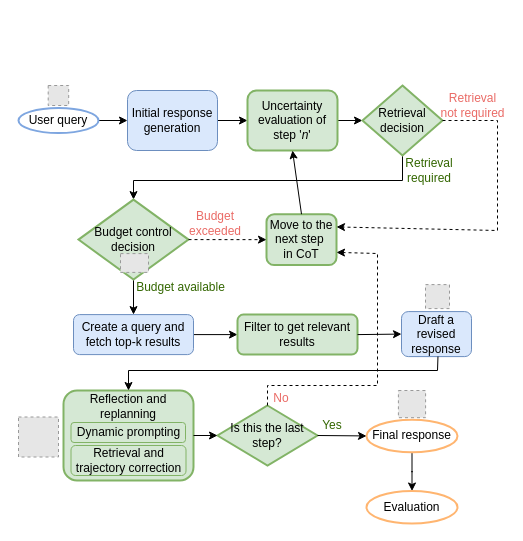
The draw.io diagram assets/iRAT_flowchart.drawio in prane-eth/iRAT, before the edit. Source tidied: cells renumbered, new cells numbered last; positions are measured from the earlier drawing's top-left corner, leaving out a move shared by most shapes. Both pictures are drawn from the tidied source at 100%, with x=0, y=0 at pixel (18, 85). Pictures stored in the file or linked from it are replaced by grey dashed boxes.
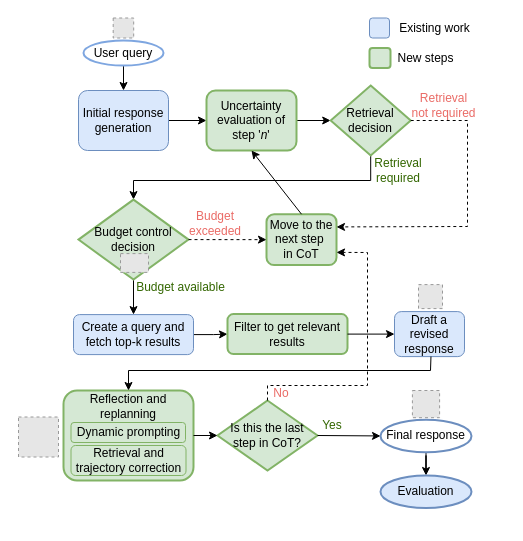
The same page after the edit.

The change refers to these unchanged cells:
```xml
<mxCell id="10" value="Budget control decision" style="rhombus;whiteSpace=wrap;html=1;strokeWidth=2;strokeColor=#82b366;fillColor=#d5e8d4;" parent="1" vertex="1">
  <mxGeometry x="60" y="114.1" width="110" height="80" as="geometry" />
</mxCell>
<mxCell id="11" value="Move to the next step&amp;nbsp;&lt;div&gt;in CoT&lt;/div&gt;" style="rounded=1;whiteSpace=wrap;html=1;fillColor=#d5e8d4;strokeColor=#82b366;strokeWidth=2;" parent="1" vertex="1">
  <mxGeometry x="248" y="128.7" width="70" height="50.9" as="geometry" />
</mxCell>
<mxCell id="25" value="Reflection and replanning&lt;div&gt;&lt;br&gt;&lt;/div&gt;&lt;div&gt;&lt;br&gt;&lt;/div&gt;&lt;div&gt;&lt;br&gt;&lt;/div&gt;&lt;div&gt;&lt;br&gt;&lt;/div&gt;" style="rounded=1;whiteSpace=wrap;html=1;strokeWidth=2;strokeColor=#82b366;fillColor=#d5e8d4;" parent="1" vertex="1">
  <mxGeometry x="45" y="305" width="130" height="90" as="geometry" />
</mxCell>
```

What changed in the source:
```diff
@@
     <mxCell id="3" value="&lt;font style=&quot;font-size: 12px;&quot;&gt;Initial response generation&lt;/font&gt;" style="rounded=1;whiteSpace=wrap;html=1;fillColor=#dae8fc;strokeColor=#6c8ebf;" parent="1" vertex="1">
-      <mxGeometry x="109" y="5" width="90" height="60" as="geometry" />
+      <mxGeometry x="60" y="5" width="90" height="60" as="geometry" />
     </mxCell>
-    <mxCell id="4" style="edgeStyle=orthogonalEdgeStyle;rounded=0;jettySize=auto;html=1;exitX=1;exitY=0.5;exitDx=0;exitDy=0;" parent="1" edge="1" source="19" target="3">
+    <mxCell id="4" style="edgeStyle=orthogonalEdgeStyle;rounded=0;jettySize=auto;html=1;exitX=0.5;exitY=1;exitDx=0;exitDy=0;" parent="1" edge="1" source="19" target="3">
       <mxGeometry relative="1" as="geometry" />
     </mxCell>
@@
     <mxCell id="6" value="Uncertainty evaluation of step '&lt;i&gt;n&lt;/i&gt;'" style="rounded=1;whiteSpace=wrap;html=1;strokeColor=#82b366;strokeWidth=2;fillColor=#d5e8d4;" parent="1" vertex="1">
-      <mxGeometry x="229" y="5" width="90" height="60" as="geometry" />
+      <mxGeometry x="188" y="5" width="90" height="60" as="geometry" />
     </mxCell>
-    <mxCell id="7" style="edgeStyle=orthogonalEdgeStyle;rounded=0;jettySize=auto;html=1;entryX=0.5;entryY=0;entryDx=0;entryDy=0;" parent="1" edge="1" source="8" target="10">
+    <mxCell id="7" style="edgeStyle=orthogonalEdgeStyle;rounded=0;jettySize=auto;html=1;entryX=0.5;entryY=0;entryDx=0;entryDy=0;exitX=0.5;exitY=1;exitDx=0;exitDy=0;" parent="1" edge="1" source="8" target="10">
       <mxGeometry relative="1" as="geometry">
         <Array as="points">
-          <mxPoint x="384" y="95" />
+          <mxPoint x="352" y="95" />
           <mxPoint x="115" y="95" />
         </Array>
       </mxGeometry>
     </mxCell>
     <mxCell id="8" value="Retrieval decision" style="rhombus;whiteSpace=wrap;html=1;strokeWidth=2;strokeColor=#82b366;fillColor=#d5e8d4;" parent="1" vertex="1">
-      <mxGeometry x="344" width="80" height="70" as="geometry" />
+      <mxGeometry x="312.2" width="80" height="70" as="geometry" />
     </mxCell>
@@
     <mxCell id="15" value="Filter to get relevant results" style="whiteSpace=wrap;html=1;strokeWidth=2;strokeColor=#82b366;rounded=1;fillColor=#d5e8d4;" parent="1" vertex="1">
-      <mxGeometry x="219" y="229.1" width="120" height="40" as="geometry" />
+      <mxGeometry x="209" y="228.6" width="120" height="40" as="geometry" />
     </mxCell>
     <mxCell id="16" value="Draft a revised response" style="rounded=1;whiteSpace=wrap;html=1;fillColor=#dae8fc;strokeColor=#6c8ebf;" parent="1" vertex="1">
-      <mxGeometry x="383" y="226.1" width="70" height="45" as="geometry" />
+      <mxGeometry x="376" y="226.1" width="70" height="45" as="geometry" />
     </mxCell>
     <mxCell id="17" style="endArrow=classic;html=1;rounded=0;exitX=1;exitY=0.5;exitDx=0;exitDy=0;dashed=1;entryX=1;entryY=0.25;entryDx=0;entryDy=0;" parent="1" edge="1" source="8" target="11">
       <mxGeometry relative="1" as="geometry">
         <Array as="points">
-          <mxPoint x="479" y="35" />
-          <mxPoint x="479" y="145" />
+          <mxPoint x="449" y="35" />
+          <mxPoint x="449" y="95" />
+          <mxPoint x="449" y="141" />
         </Array>
       </mxGeometry>
     </mxCell>
@@
     <mxCell id="19" value="User query" style="ellipse;whiteSpace=wrap;html=1;strokeWidth=2;strokeColor=#7EA6E0;" parent="1" vertex="1">
-      <mxGeometry y="22.5" width="80" height="25" as="geometry" />
+      <mxGeometry x="65" y="-45" width="80" height="25" as="geometry" />
     </mxCell>
@@
-    <mxCell id="21" value="Final response" style="ellipse;whiteSpace=wrap;html=1;strokeColor=#FFB570;strokeWidth=2;" parent="1" vertex="1">
-      <mxGeometry x="348" y="334.2" width="91" height="32.5" as="geometry" />
+    <mxCell id="21" value="Final response" style="ellipse;whiteSpace=wrap;html=1;strokeColor=#6c8ebf;strokeWidth=2;fillColor=none;" parent="1" vertex="1">
+      <mxGeometry x="362" y="334.2" width="91" height="32.5" as="geometry" />
     </mxCell>
-    <mxCell id="22" value="Is this the last step?" style="rhombus;whiteSpace=wrap;html=1;strokeWidth=2;strokeColor=#82b366;fillColor=#d5e8d4;" parent="1" vertex="1">
-      <mxGeometry x="199" y="320" width="100" height="60" as="geometry" />
+    <mxCell id="22" value="Is this the last step in CoT?" style="rhombus;whiteSpace=wrap;html=1;strokeWidth=2;strokeColor=#82b366;fillColor=#d5e8d4;" parent="1" vertex="1">
+      <mxGeometry x="199" y="315" width="100" height="70" as="geometry" />
     </mxCell>
@@
     <mxCell id="24" value="No" style="text;html=1;align=center;verticalAlign=middle;whiteSpace=wrap;rounded=0;fontColor=#EA6B66;" parent="1" vertex="1">
-      <mxGeometry x="248" y="305" width="30" height="15" as="geometry" />
+      <mxGeometry x="248" y="300" width="30" height="15" as="geometry" />
     </mxCell>
@@
     <mxCell id="26" value="Retrieval required" style="text;html=1;align=center;verticalAlign=middle;whiteSpace=wrap;rounded=0;fontColor=#336600;" parent="1" vertex="1">
-      <mxGeometry x="383" y="70" width="56" height="30" as="geometry" />
+      <mxGeometry x="351.5" y="70" width="56" height="30" as="geometry" />
     </mxCell>
@@
     <mxCell id="28" style="fillColor=#E6E6E6;strokeColor=#999999;dashed=1;verticalLabelPosition=bottom;labelBackgroundColor=default;verticalAlign=top;" parent="1" vertex="1">
-      <mxGeometry x="29.7" width="20.5" height="20" as="geometry" />
+      <mxGeometry x="94.7" y="-67.5" width="20.5" height="20" as="geometry" />
     </mxCell>
     <mxCell id="29" style="fillColor=#E6E6E6;strokeColor=#999999;dashed=1;verticalLabelPosition=bottom;labelBackgroundColor=default;verticalAlign=top;" parent="1" vertex="1">
-      <mxGeometry x="379.9" y="305" width="27.2" height="27.2" as="geometry" />
+      <mxGeometry x="393.9" y="305" width="27.2" height="27.2" as="geometry" />
     </mxCell>
@@
     <mxCell id="31" style="fillColor=#E6E6E6;strokeColor=#999999;dashed=1;verticalLabelPosition=bottom;labelBackgroundColor=default;verticalAlign=top;" parent="1" vertex="1">
-      <mxGeometry x="407" y="199.1" width="24" height="24" as="geometry" />
+      <mxGeometry x="400" y="199.1" width="24" height="24" as="geometry" />
     </mxCell>
@@
     <mxCell id="35" style="endArrow=classic;html=1;rounded=0;exitX=0.521;exitY=0.998;exitDx=0;exitDy=0;entryX=0.5;entryY=0;entryDx=0;entryDy=0;exitPerimeter=0;" parent="1" edge="1" source="16" target="25">
       <mxGeometry relative="1" as="geometry">
         <Array as="points">
-          <mxPoint x="419" y="285" />
+          <mxPoint x="412" y="285" />
           <mxPoint x="110" y="285" />
         </Array>
       </mxGeometry>
     </mxCell>
@@
     <mxCell id="37" value="&lt;span style=&quot;color: rgb(234, 107, 102); text-wrap-mode: nowrap;&quot;&gt;Retrieval&lt;/span&gt;&lt;div&gt;&lt;span style=&quot;color: rgb(234, 107, 102); text-wrap-mode: nowrap;&quot;&gt;not required&lt;/span&gt;&lt;/div&gt;" style="text;html=1;align=center;verticalAlign=middle;whiteSpace=wrap;rounded=0;" parent="1" vertex="1">
-      <mxGeometry x="424" y="5" width="60.8" height="30" as="geometry" />
+      <mxGeometry x="395.2" y="5" width="60.8" height="30" as="geometry" />
     </mxCell>
@@
     <mxCell id="40" style="endArrow=classic;html=1;rounded=0;entryX=1;entryY=0.75;entryDx=0;entryDy=0;exitX=0.5;exitY=0;exitDx=0;exitDy=0;dashed=1;" parent="1" edge="1" source="22" target="11">
       <mxGeometry relative="1" as="geometry">
         <Array as="points">
           <mxPoint x="249" y="300" />
-          <mxPoint x="359" y="300" />
-          <mxPoint x="359" y="168" />
+          <mxPoint x="349" y="300" />
+          <mxPoint x="349" y="235" />
+          <mxPoint x="349" y="167" />
         </Array>
       </mxGeometry>
     </mxCell>
@@
-    <mxCell id="42" value="Evaluation" style="ellipse;whiteSpace=wrap;html=1;strokeColor=#FFB570;strokeWidth=2;" parent="1" vertex="1">
-      <mxGeometry x="348" y="405.5" width="91" height="32.5" as="geometry" />
+    <mxCell id="42" value="Evaluation" style="ellipse;whiteSpace=wrap;html=1;strokeColor=#6c8ebf;strokeWidth=2;fillColor=#dae8fc;" parent="1" vertex="1">
+      <mxGeometry x="362" y="390" width="91" height="32.5" as="geometry" />
     </mxCell>
+    <mxCell id="43" style="rounded=1;whiteSpace=wrap;html=1;fillColor=#dae8fc;strokeColor=#6c8ebf;" parent="1" vertex="1">
+      <mxGeometry x="351" y="-67.5" width="20" height="20" as="geometry" />
+    </mxCell>
+    <mxCell id="44" value="Existing work" style="text;html=1;align=center;verticalAlign=middle;whiteSpace=wrap;rounded=0;" parent="1" vertex="1">
+      <mxGeometry x="377" y="-65" width="79" height="15" as="geometry" />
+    </mxCell>
+    <mxCell id="45" style="rounded=1;whiteSpace=wrap;html=1;strokeColor=#82b366;strokeWidth=2;fillColor=#d5e8d4;" parent="1" vertex="1">
+      <mxGeometry x="351" y="-37.5" width="21" height="20" as="geometry" />
+    </mxCell>
+    <mxCell id="46" value="New steps" style="text;html=1;align=center;verticalAlign=middle;whiteSpace=wrap;rounded=0;" parent="1" vertex="1">
+      <mxGeometry x="377" y="-35" width="61" height="15" as="geometry" />
+    </mxCell>
```
